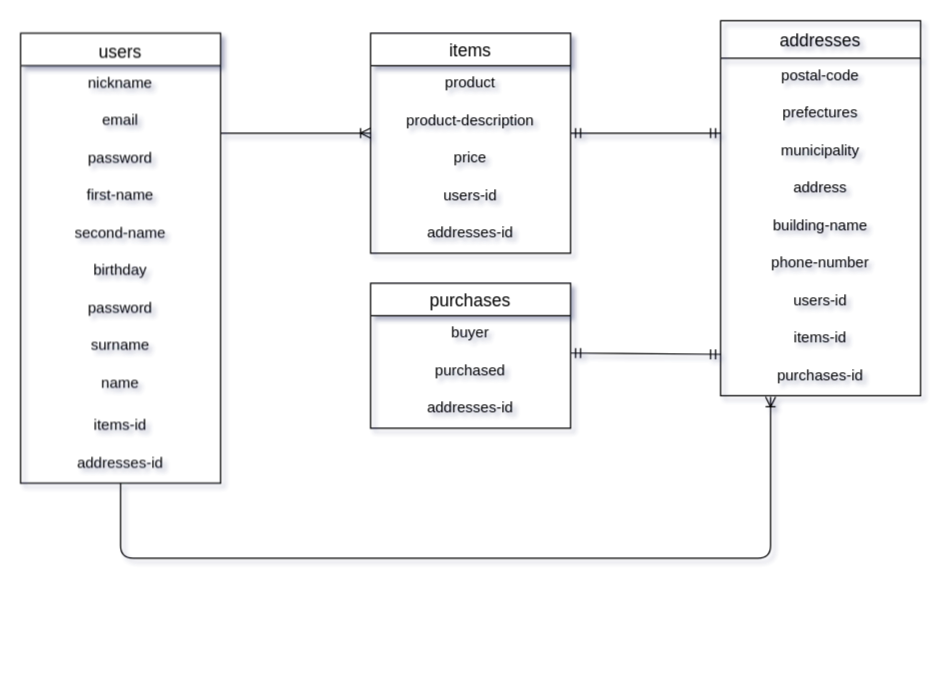
Earlier version of the draw.io diagram config/ER .dio (koma-sig/furima-35434). Source tidied: cells renumbered, new cells numbered last; positions are measured from the earlier drawing's top-left corner, leaving out a move shared by most shapes. Both pictures are drawn from the tidied source at 125%, with x=0, y=0 at pixel (20, 20).
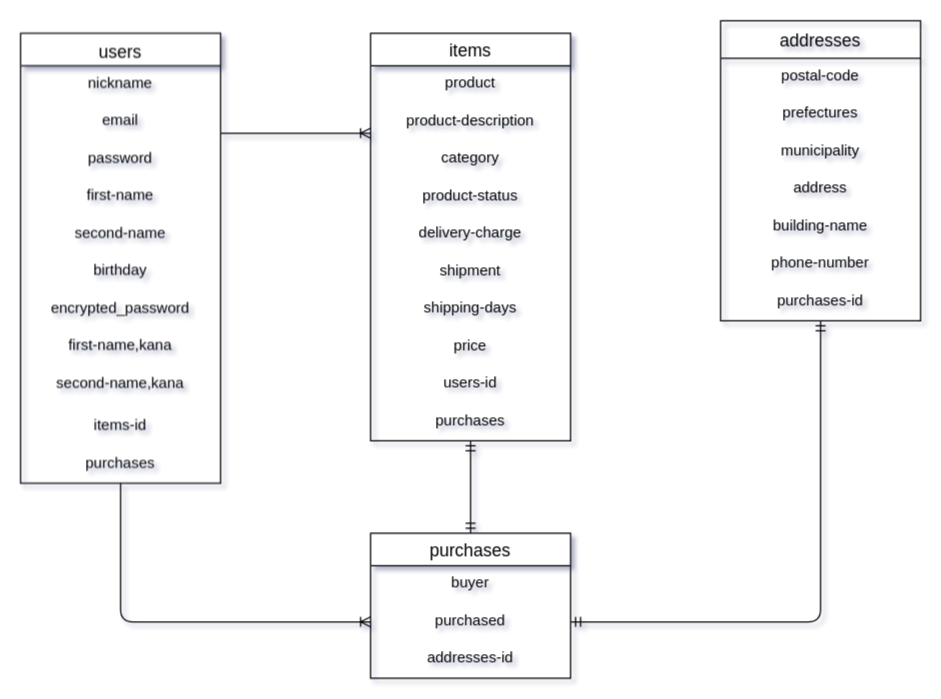
The same diagram, later.

The change refers to these unchanged cells:
```xml
<mxCell id="2" value="users&#10;" style="swimlane;fontStyle=0;horizontal=1;startSize=26;align=center;fontSize=14;verticalAlign=top;" parent="1" vertex="1">
  <mxGeometry y="10" width="160" height="360" as="geometry" />
</mxCell>
<mxCell id="16" value="product-description" style="text;fillColor=none;spacingLeft=4;spacingRight=4;overflow=hidden;points=[[0,0.5],[1,0.5]];portConstraint=eastwest;fontSize=12;align=center;" parent="14" vertex="1">
  <mxGeometry y="56" width="160" height="30" as="geometry" />
</mxCell>
<mxCell id="24" value="municipality" style="text;strokeColor=none;fillColor=none;spacingLeft=4;spacingRight=4;overflow=hidden;points=[[0,0.5],[1,0.5]];portConstraint=eastwest;fontSize=12;align=center;" parent="21" vertex="1">
  <mxGeometry y="90" width="160" height="30" as="geometry" />
</mxCell>
<mxCell id="33" value="buyer" style="text;strokeColor=none;fillColor=none;spacingLeft=4;spacingRight=4;overflow=hidden;points=[[0,0.5],[1,0.5]];portConstraint=eastwest;fontSize=12;align=center;" parent="32" vertex="1">
  <mxGeometry y="26" width="160" height="30" as="geometry" />
</mxCell>
<mxCell id="34" value="purchased" style="text;strokeColor=none;fillColor=none;spacingLeft=4;spacingRight=4;overflow=hidden;points=[[0,0.5],[1,0.5]];portConstraint=eastwest;fontSize=12;align=center;" parent="32" vertex="1">
  <mxGeometry y="56" width="160" height="30" as="geometry" />
</mxCell>
```

What changed in the source:
```diff
@@
-    <mxCell id="9" value="password" style="text;strokeColor=none;fillColor=none;spacingLeft=4;spacingRight=4;overflow=hidden;fontSize=12;align=center;" parent="2" vertex="1">
+    <mxCell id="9" value="encrypted_password" style="text;strokeColor=none;fillColor=none;spacingLeft=4;spacingRight=4;overflow=hidden;fontSize=12;align=center;" parent="2" vertex="1">
       <mxGeometry y="206" width="160" height="30" as="geometry" />
     </mxCell>
-    <mxCell id="10" value="surname" style="text;strokeColor=none;fillColor=none;spacingLeft=4;spacingRight=4;overflow=hidden;fontSize=12;align=center;" parent="2" vertex="1">
+    <mxCell id="10" value="first-name,kana" style="text;strokeColor=none;fillColor=none;spacingLeft=4;spacingRight=4;overflow=hidden;fontSize=12;align=center;" parent="2" vertex="1">
       <mxGeometry y="236" width="160" height="30" as="geometry" />
     </mxCell>
-    <mxCell id="11" value="name" style="text;strokeColor=none;fillColor=none;spacingLeft=4;spacingRight=4;overflow=hidden;fontSize=12;align=center;" parent="2" vertex="1">
+    <mxCell id="11" value="second-name,kana" style="text;strokeColor=none;fillColor=none;spacingLeft=4;spacingRight=4;overflow=hidden;fontSize=12;align=center;" parent="2" vertex="1">
       <mxGeometry y="266" width="160" height="34" as="geometry" />
     </mxCell>
@@
-    <mxCell id="13" value="addresses-id" style="text;strokeColor=none;fillColor=none;spacingLeft=4;spacingRight=4;overflow=hidden;points=[[0,0.5],[1,0.5]];portConstraint=eastwest;fontSize=12;align=center;" parent="2" vertex="1">
+    <mxCell id="13" value="purchases" style="text;strokeColor=none;fillColor=none;spacingLeft=4;spacingRight=4;overflow=hidden;points=[[0,0.5],[1,0.5]];portConstraint=eastwest;fontSize=12;align=center;" parent="2" vertex="1">
       <mxGeometry y="330" width="160" height="30" as="geometry" />
     </mxCell>
     <mxCell id="14" value="items" style="swimlane;fontStyle=0;horizontal=1;startSize=26;align=center;fontSize=14;direction=east;" parent="1" vertex="1">
-      <mxGeometry x="280" y="10" width="160" height="176" as="geometry" />
+      <mxGeometry x="280" y="10" width="160" height="326" as="geometry" />
     </mxCell>
@@
-    <mxCell id="17" value="price" style="text;spacingLeft=4;spacingRight=4;overflow=hidden;fontSize=12;align=center;" parent="14" vertex="1">
+    <mxCell id="17" value="category" style="text;spacingLeft=4;spacingRight=4;overflow=hidden;fontSize=12;align=center;" parent="14" vertex="1">
       <mxGeometry y="86" width="160" height="30" as="geometry" />
     </mxCell>
-    <mxCell id="18" value="users-id" style="text;spacingLeft=4;spacingRight=4;overflow=hidden;fontSize=12;align=center;" parent="14" vertex="1">
+    <mxCell id="18" value="product-status" style="text;spacingLeft=4;spacingRight=4;overflow=hidden;fontSize=12;align=center;" parent="14" vertex="1">
       <mxGeometry y="116" width="160" height="30" as="geometry" />
     </mxCell>
-    <mxCell id="19" value="addresses-id" style="text;spacingLeft=4;spacingRight=4;overflow=hidden;fontSize=12;align=center;" parent="14" vertex="1">
-      <mxGeometry y="146" width="160" height="30" as="geometry" />
-    </mxCell>
+    <mxCell id="38" value="delivery-charge" style="text;spacingLeft=4;spacingRight=4;overflow=hidden;fontSize=12;align=center;" parent="14" vertex="1">
+      <mxGeometry y="146" width="160" height="30" as="geometry" />
+    </mxCell>
+    <mxCell id="39" value="shipment" style="text;spacingLeft=4;spacingRight=4;overflow=hidden;fontSize=12;align=center;" parent="14" vertex="1">
+      <mxGeometry y="176" width="160" height="30" as="geometry" />
+    </mxCell>
+    <mxCell id="40" value="shipping-days" style="text;spacingLeft=4;spacingRight=4;overflow=hidden;fontSize=12;align=center;" parent="14" vertex="1">
+      <mxGeometry y="206" width="160" height="30" as="geometry" />
+    </mxCell>
+    <mxCell id="41" value="price" style="text;spacingLeft=4;spacingRight=4;overflow=hidden;fontSize=12;align=center;" parent="14" vertex="1">
+      <mxGeometry y="236" width="160" height="30" as="geometry" />
+    </mxCell>
+    <mxCell id="28" value="users-id" style="text;spacingLeft=4;spacingRight=4;overflow=hidden;fontSize=12;align=center;" parent="14" vertex="1">
+      <mxGeometry y="266" width="160" height="30" as="geometry" />
+    </mxCell>
+    <mxCell id="42" value="purchases" style="text;spacingLeft=4;spacingRight=4;overflow=hidden;points=[[0,0.5],[1,0.5]];portConstraint=eastwest;fontSize=12;align=center;" parent="14" vertex="1">
+      <mxGeometry y="296" width="160" height="30" as="geometry" />
+    </mxCell>
@@
     <mxCell id="21" value="addresses" style="swimlane;fontStyle=0;horizontal=1;startSize=30;align=center;fontSize=14;swimlaneFillColor=none;fillColor=none;" parent="1" vertex="1">
-      <mxGeometry x="560" width="160" height="300" as="geometry" />
+      <mxGeometry x="560" width="160" height="240" as="geometry" />
     </mxCell>
@@
-    <mxCell id="28" value="users-id" style="text;strokeColor=none;fillColor=none;spacingLeft=4;spacingRight=4;overflow=hidden;fontSize=12;align=center;" parent="21" vertex="1">
-      <mxGeometry y="210" width="160" height="30" as="geometry" />
-    </mxCell>
-    <mxCell id="29" value="items-id" style="text;strokeColor=none;fillColor=none;spacingLeft=4;spacingRight=4;overflow=hidden;points=[[0,0.5],[1,0.5]];portConstraint=eastwest;fontSize=12;align=center;" parent="21" vertex="1">
-      <mxGeometry y="240" width="160" height="30" as="geometry" />
-    </mxCell>
     <mxCell id="30" value="purchases-id" style="text;strokeColor=none;fillColor=none;spacingLeft=4;spacingRight=4;overflow=hidden;points=[[0,0.5],[1,0.5]];portConstraint=eastwest;fontSize=12;align=center;" parent="21" vertex="1">
-      <mxGeometry y="270" width="160" height="30" as="geometry" />
+      <mxGeometry y="210" width="160" height="30" as="geometry" />
     </mxCell>
-    <mxCell id="31" style="fontSize=12;html=1;endArrow=ERmandOne;startArrow=ERmandOne;entryX=1;entryY=0.8;entryDx=0;entryDy=0;exitX=0;exitY=0;exitDx=0;exitDy=0;exitPerimeter=0;entryPerimeter=0;" parent="1" edge="1" source="24" target="16">
-      <mxGeometry relative="1" as="geometry" />
-    </mxCell>
     <mxCell id="32" value="purchases" style="swimlane;fontStyle=0;horizontal=1;startSize=26;align=center;fontSize=14;" parent="1" vertex="1">
-      <mxGeometry x="280" y="210" width="160" height="116" as="geometry" />
+      <mxGeometry x="280" y="410" width="160" height="116" as="geometry" />
     </mxCell>
@@
-    <mxCell id="36" style="fontSize=12;html=1;endArrow=ERmandOne;startArrow=ERmandOne;exitX=1;exitY=1;exitDx=0;exitDy=0;exitPerimeter=0;entryX=0;entryY=0.9;entryDx=0;entryDy=0;entryPerimeter=0;" parent="1" edge="1" source="33" target="29">
-      <mxGeometry relative="1" as="geometry" />
-    </mxCell>
-    <mxCell id="37" style="edgeStyle=elbowEdgeStyle;fontSize=12;html=1;endArrow=ERoneToMany;elbow=vertical;entryX=0.25;entryY=1.033;entryDx=0;entryDy=0;entryPerimeter=0;exitX=0.5;exitY=1;exitDx=0;exitDy=0;exitPerimeter=0;" parent="1" edge="1" source="13" target="30">
+    <mxCell id="37" style="fontSize=12;html=1;endArrow=ERoneToMany;exitX=0.5;exitY=1;exitDx=0;exitDy=0;exitPerimeter=0;entryX=0;entryY=0.5;entryDx=0;entryDy=0;" parent="1" edge="1" source="13" target="34">
       <mxGeometry relative="1" as="geometry">
         <Array as="points">
-          <mxPoint x="340" y="430" />
+          <mxPoint x="80" y="481" />
         </Array>
       </mxGeometry>
     </mxCell>
+    <mxCell id="43" style="fontSize=12;html=1;endArrow=ERmandOne;startArrow=ERmandOne;exitX=0.5;exitY=0;exitDx=0;exitDy=0;entryX=0.5;entryY=1;entryDx=0;entryDy=0;entryPerimeter=0;" parent="1" edge="1" source="32" target="42">
+      <mxGeometry relative="1" as="geometry" />
+    </mxCell>
+    <mxCell id="44" style="fontSize=12;html=1;endArrow=ERmandOne;startArrow=ERmandOne;entryX=0.5;entryY=1;entryDx=0;entryDy=0;entryPerimeter=0;exitX=1;exitY=0.5;exitDx=0;exitDy=0;" parent="1" edge="1" source="34" target="30">
+      <mxGeometry relative="1" as="geometry">
+        <Array as="points">
+          <mxPoint x="640" y="481" />
+        </Array>
+      </mxGeometry>
+    </mxCell>
```
